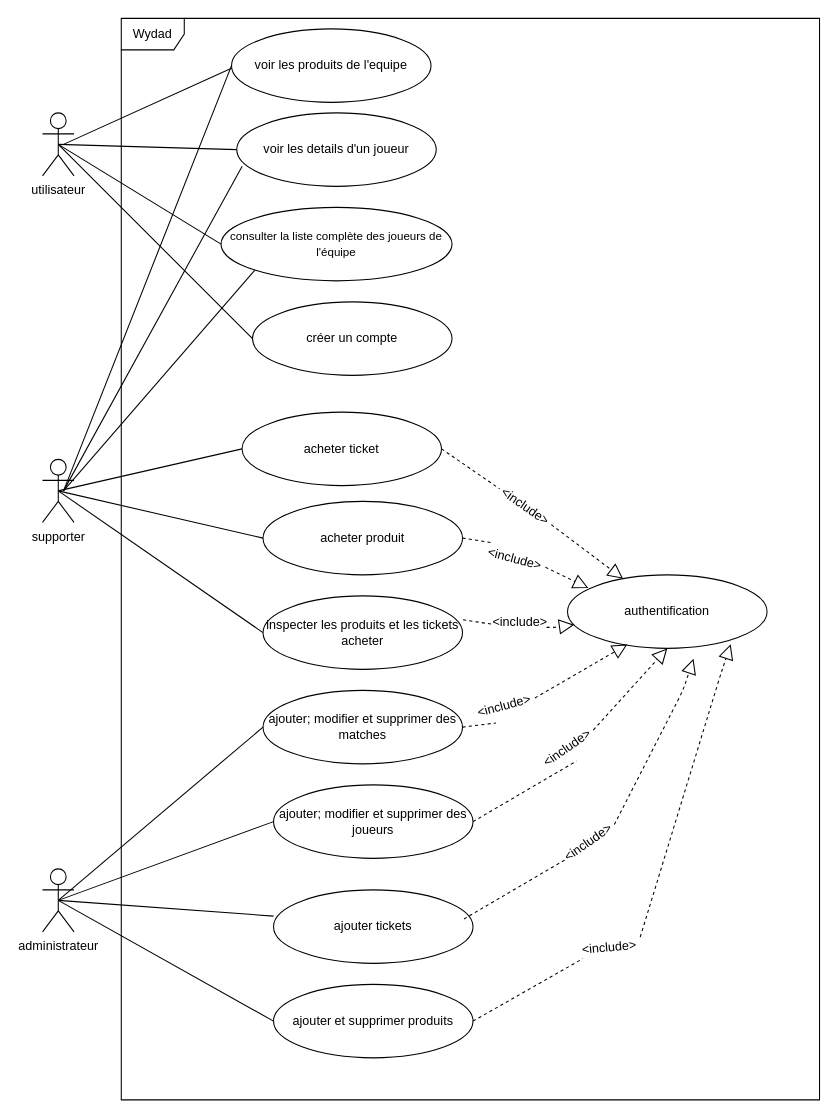
salekelfahim/Wydad-2.0 keeps this draw.io diagram as conception/DiagrammeDeCasDutilisations.drawio. Above is the earlier version. Source tidied: cells renumbered, new cells numbered last; positions are measured from the earlier drawing's top-left corner, leaving out a move shared by most shapes. Both pictures are drawn from the tidied source at 105%, with x=0, y=0 at pixel (42, 18).
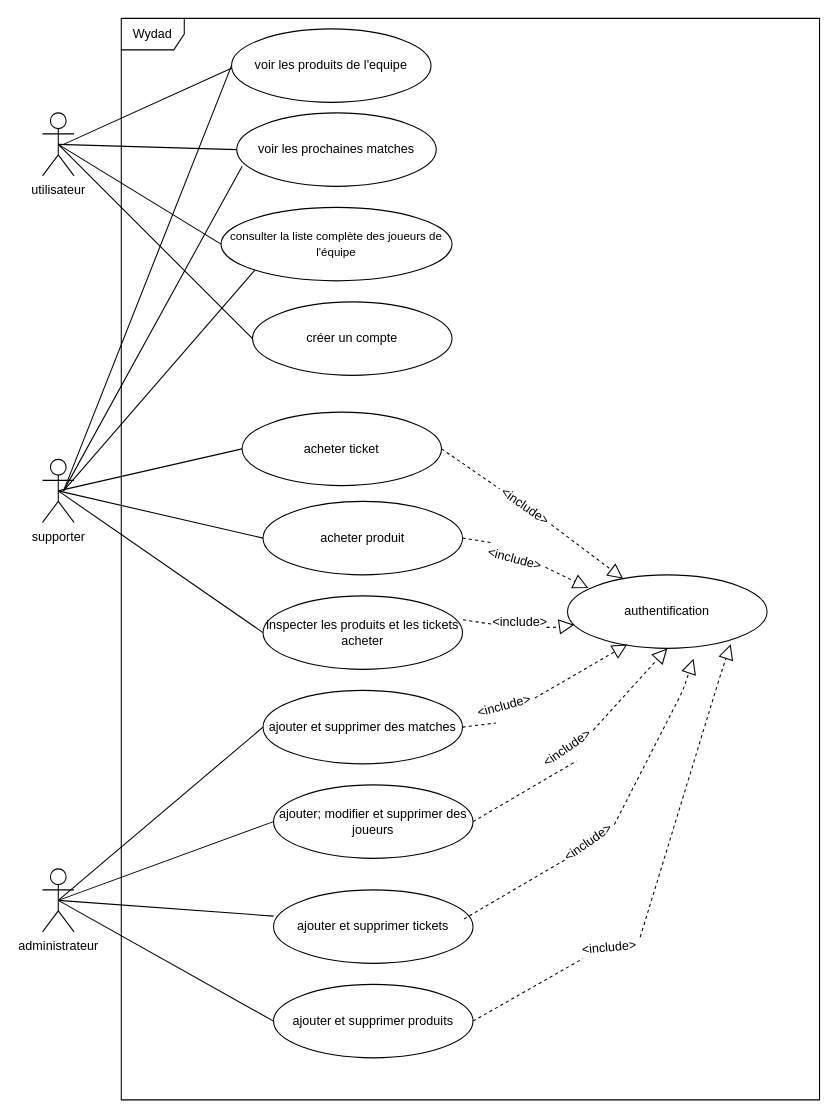
Above is the later version.

Commit message:
correct the diagrams

Diff of the diagram source:
```diff
@@
-    <mxCell id="7" value="voir les details d'un joueur" style="ellipse;whiteSpace=wrap;html=1;" parent="1" vertex="1">
+    <mxCell id="7" value="voir les prochaines matches" style="ellipse;whiteSpace=wrap;html=1;" parent="1" vertex="1">
       <mxGeometry x="185" y="90" width="190" height="70" as="geometry" />
     </mxCell>
@@
-    <mxCell id="13" value="ajouter; modifier et supprimer des matches" style="ellipse;whiteSpace=wrap;html=1;" parent="1" vertex="1">
+    <mxCell id="13" value="ajouter et supprimer des matches" style="ellipse;whiteSpace=wrap;html=1;" parent="1" vertex="1">
       <mxGeometry x="210" y="640" width="190" height="70" as="geometry" />
     </mxCell>
@@
-    <mxCell id="37" value="ajouter tickets" style="ellipse;whiteSpace=wrap;html=1;" parent="1" vertex="1">
+    <mxCell id="37" value="ajouter et supprimer tickets" style="ellipse;whiteSpace=wrap;html=1;" parent="1" vertex="1">
       <mxGeometry x="220" y="830" width="190" height="70" as="geometry" />
     </mxCell>
```
